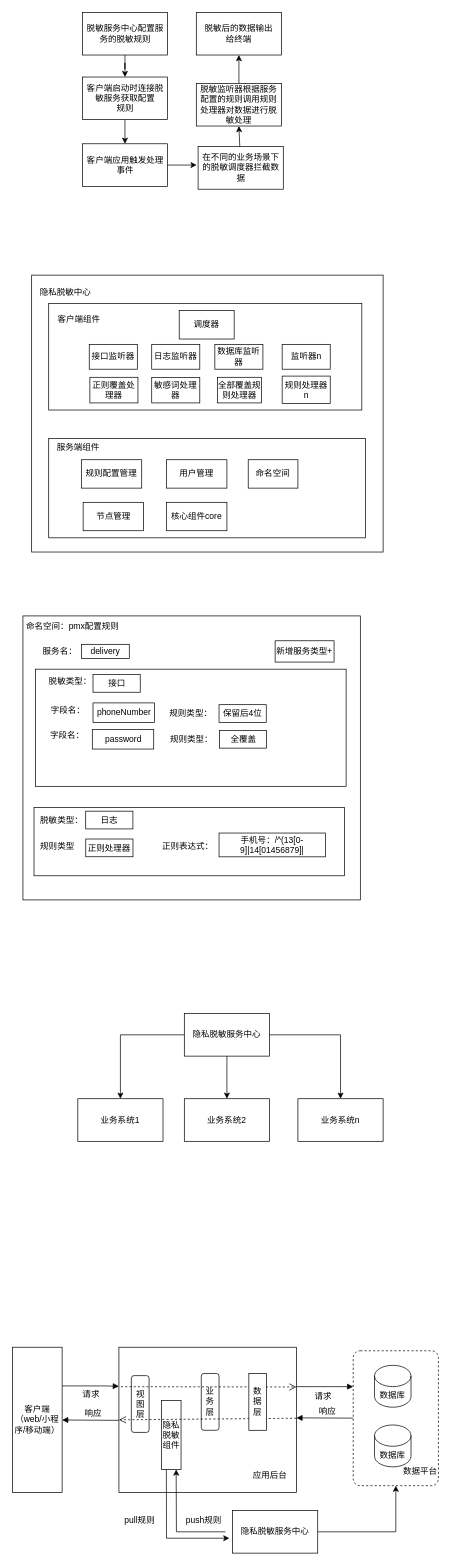
chordcreater/chordcreater.github.io keeps this draw.io diagram as Untitled Diagram.drawio. Above is the earlier version. Source tidied: cells renumbered, new cells numbered last; positions are measured from the earlier drawing's top-left corner, leaving out a move shared by most shapes. Both pictures are drawn from the tidied source at 71%, with x=0, y=0 at pixel (12, 12).
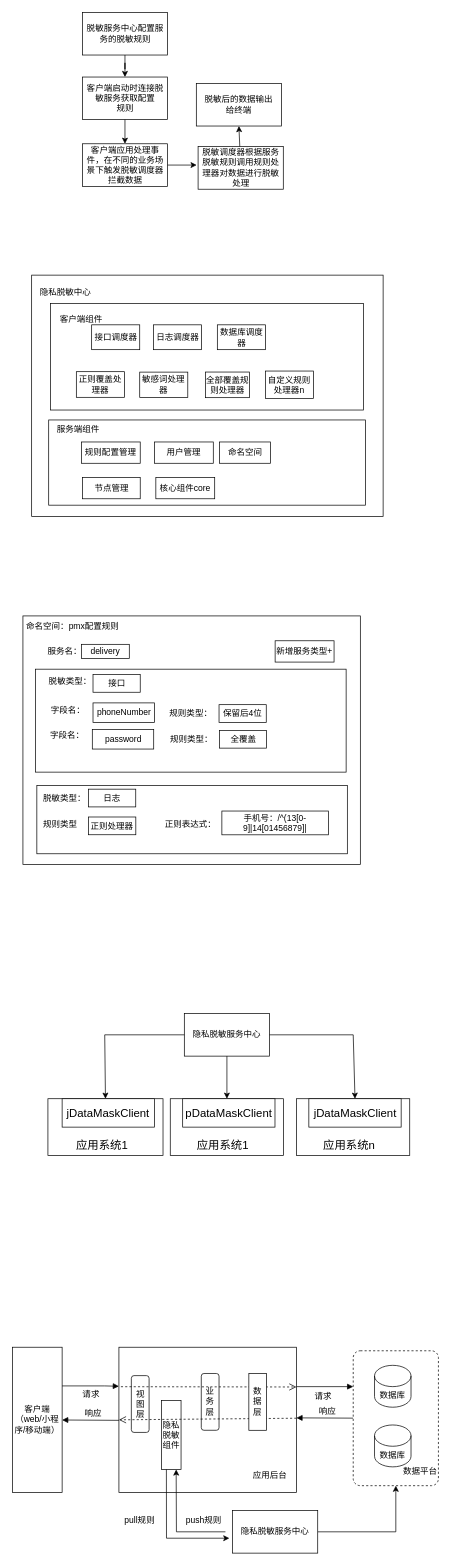
Above is the later version.

Unchanged cells that the change refers to:
```xml
<mxCell id="34" value="隐私脱敏服务中心" style="rounded=0;whiteSpace=wrap;html=1;strokeColor=default;fontFamily=Helvetica;fontSize=12;fontColor=default;fillColor=default;" parent="1" vertex="1">
  <mxGeometry x="242.1" y="1410" width="120" height="60" as="geometry" />
</mxCell>
```

What changed in the source:
```diff
@@
     <mxCell id="5" style="rounded=0;whiteSpace=wrap;html=1;" parent="1" vertex="1">
-      <mxGeometry x="27.1" y="370" width="495" height="390" as="geometry" />
+      <mxGeometry x="27.1" y="370" width="495" height="340" as="geometry" />
     </mxCell>
@@
-    <mxCell id="8" value="客户端应用触发处理事件" style="rounded=0;whiteSpace=wrap;html=1;" parent="1" vertex="1">
+    <mxCell id="8" value="客户端应用处理事件，在不同的业务场景下触发脱敏调度器拦截数据" style="rounded=0;whiteSpace=wrap;html=1;" parent="1" vertex="1">
       <mxGeometry x="98.5" y="185" width="120" height="60" as="geometry" />
     </mxCell>
-    <mxCell id="9" value="在不同的业务场景下的脱敏调度器拦截数据" style="rounded=0;whiteSpace=wrap;html=1;" parent="1" vertex="1">
+    <mxCell id="9" value="脱敏调度器根据服务脱敏规则调用规则处理器对数据进行脱敏处理" style="rounded=0;whiteSpace=wrap;html=1;" parent="1" vertex="1">
       <mxGeometry x="261.5" y="189" width="120" height="60" as="geometry" />
     </mxCell>
-    <mxCell id="10" value="脱敏监听器根据服务配置的规则调用规则处理器对数据进行脱敏处理" style="rounded=0;whiteSpace=wrap;html=1;" parent="1" vertex="1">
+    <mxCell id="10" value="脱敏后的数据输出&lt;br style=&quot;border-color: var(--border-color);&quot;&gt;给终端" style="rounded=0;whiteSpace=wrap;html=1;" parent="1" vertex="1">
       <mxGeometry x="259" y="100" width="120" height="60" as="geometry" />
     </mxCell>
@@
     <mxCell id="12" style="rounded=0;whiteSpace=wrap;html=1;" parent="1" vertex="1">
-      <mxGeometry x="51.1" y="600" width="446" height="140" as="geometry" />
+      <mxGeometry x="51.1" y="574" width="446" height="120" as="geometry" />
     </mxCell>
     <mxCell id="13" value="服务端组件" style="text;html=1;strokeColor=none;fillColor=none;align=center;verticalAlign=middle;whiteSpace=wrap;rounded=0;" parent="1" vertex="1">
-      <mxGeometry x="47.7" y="580" width="90" height="65" as="geometry" />
+      <mxGeometry x="47.7" y="555" width="90" height="65" as="geometry" />
     </mxCell>
     <mxCell id="14" style="group;" parent="1" vertex="1">
-      <mxGeometry x="51.1" y="420" width="441" height="150" as="geometry" />
+      <mxGeometry x="53.6" y="420" width="441" height="150" as="geometry" />
     </mxCell>
@@
     <mxCell id="17" value="全部覆盖规则处理器" style="rounded=0;whiteSpace=wrap;html=1;" parent="14" vertex="1">
-      <mxGeometry x="237.9" y="93.9" width="61.9" height="36.1" as="geometry" />
+      <mxGeometry x="218.4" y="86.5" width="61.9" height="36.1" as="geometry" />
     </mxCell>
     <mxCell id="18" value="敏感词处理器" style="rounded=0;whiteSpace=wrap;html=1;" parent="14" vertex="1">
-      <mxGeometry x="145.1" y="94.3" width="67.7" height="35.7" as="geometry" />
+      <mxGeometry x="125.7" y="86.6" width="67.7" height="35.7" as="geometry" />
     </mxCell>
-    <mxCell id="19" value="规则处理器n" style="rounded=0;whiteSpace=wrap;html=1;" parent="14" vertex="1">
-      <mxGeometry x="328.8" y="92.2" width="67.7" height="38.8" as="geometry" />
+    <mxCell id="19" value="自定义规则处理器n" style="rounded=0;whiteSpace=wrap;html=1;" parent="14" vertex="1">
+      <mxGeometry x="302.7" y="85.1" width="67.7" height="38.8" as="geometry" />
     </mxCell>
-    <mxCell id="20" value="调度器" style="rounded=0;whiteSpace=wrap;html=1;" parent="14" vertex="1">
-      <mxGeometry x="183.8" width="77.4" height="40" as="geometry" />
-    </mxCell>
     <mxCell id="21" value="正则覆盖处理器" style="rounded=0;whiteSpace=wrap;html=1;" parent="14" vertex="1">
-      <mxGeometry x="58" y="93.9" width="67.7" height="36.1" as="geometry" />
+      <mxGeometry x="36.4" y="86" width="67.7" height="36.1" as="geometry" />
     </mxCell>
-    <mxCell id="22" value="接口监听器" style="rounded=0;whiteSpace=wrap;html=1;" parent="14" vertex="1">
-      <mxGeometry x="57.1" y="47.5" width="67.7" height="35" as="geometry" />
+    <mxCell id="22" value="接口调度器" style="rounded=0;whiteSpace=wrap;html=1;" parent="14" vertex="1">
+      <mxGeometry x="58" y="20" width="67.7" height="35" as="geometry" />
     </mxCell>
-    <mxCell id="23" value="日志监听器" style="rounded=0;whiteSpace=wrap;html=1;" parent="14" vertex="1">
-      <mxGeometry x="145.1" y="47.5" width="67.7" height="35" as="geometry" />
+    <mxCell id="23" value="日志调度器" style="rounded=0;whiteSpace=wrap;html=1;" parent="14" vertex="1">
+      <mxGeometry x="145.1" y="20" width="67.7" height="35" as="geometry" />
     </mxCell>
-    <mxCell id="24" value="数据库监听器" style="rounded=0;whiteSpace=wrap;html=1;" parent="14" vertex="1">
-      <mxGeometry x="234" y="47.5" width="67.7" height="35" as="geometry" />
+    <mxCell id="24" value="数据库调度器" style="rounded=0;whiteSpace=wrap;html=1;" parent="14" vertex="1">
+      <mxGeometry x="235" y="20" width="67.7" height="35" as="geometry" />
     </mxCell>
-    <mxCell id="25" value="监听器n" style="rounded=0;whiteSpace=wrap;html=1;" parent="14" vertex="1">
-      <mxGeometry x="328.8" y="47.5" width="67.7" height="35" as="geometry" />
-    </mxCell>
     <mxCell id="26" value="规则配置管理" style="rounded=0;whiteSpace=wrap;html=1;" parent="1" vertex="1">
-      <mxGeometry x="97.1" y="630" width="85" height="40" as="geometry" />
+      <mxGeometry x="97.1" y="605" width="82.9" height="30" as="geometry" />
     </mxCell>
     <mxCell id="27" value="用户管理" style="rounded=0;whiteSpace=wrap;html=1;" parent="1" vertex="1">
-      <mxGeometry x="217.1" y="630" width="85" height="40" as="geometry" />
+      <mxGeometry x="200" y="605" width="82.9" height="30" as="geometry" />
     </mxCell>
     <mxCell id="28" value="命名空间" style="rounded=0;whiteSpace=wrap;html=1;" parent="1" vertex="1">
-      <mxGeometry x="332.1" y="630" width="70" height="40" as="geometry" />
+      <mxGeometry x="291.5" y="605" width="72" height="30" as="geometry" />
     </mxCell>
@@
     <mxCell id="30" value="核心组件core" style="rounded=0;whiteSpace=wrap;html=1;" parent="1" vertex="1">
-      <mxGeometry x="217.1" y="690" width="85" height="40" as="geometry" />
+      <mxGeometry x="202" y="655" width="82.9" height="30" as="geometry" />
     </mxCell>
     <mxCell id="31" value="节点管理" style="rounded=0;whiteSpace=wrap;html=1;" parent="1" vertex="1">
-      <mxGeometry x="99.6" y="690" width="85" height="40" as="geometry" />
+      <mxGeometry x="98.5" y="655" width="81.5" height="30" as="geometry" />
     </mxCell>
@@
-    <mxCell id="35" value="业务系统1" style="rounded=0;whiteSpace=wrap;html=1;strokeColor=default;fontFamily=Helvetica;fontSize=12;fontColor=default;fillColor=default;" parent="1" vertex="1">
-      <mxGeometry x="92.1" y="1530" width="120" height="60" as="geometry" />
+    <mxCell id="35" style="rounded=0;whiteSpace=wrap;html=1;strokeColor=default;fontFamily=Helvetica;fontSize=12;fontColor=default;fillColor=default;" parent="1" vertex="1">
+      <mxGeometry x="50" y="1530" width="162.1" height="80" as="geometry" />
     </mxCell>
-    <mxCell id="36" value="业务系统2" style="rounded=0;whiteSpace=wrap;html=1;strokeColor=default;fontFamily=Helvetica;fontSize=12;fontColor=default;fillColor=default;" parent="1" vertex="1">
-      <mxGeometry x="242.1" y="1530" width="120" height="60" as="geometry" />
-    </mxCell>
-    <mxCell id="37" value="业务系统n" style="rounded=0;whiteSpace=wrap;html=1;strokeColor=default;fontFamily=Helvetica;fontSize=12;fontColor=default;fillColor=default;" parent="1" vertex="1">
-      <mxGeometry x="402.1" y="1530" width="120" height="60" as="geometry" />
-    </mxCell>
     <mxCell id="38" style="endArrow=classic;html=1;rounded=0;fontFamily=Helvetica;fontSize=12;fontColor=default;exitX=0;exitY=0.5;exitDx=0;exitDy=0;entryX=0.5;entryY=0;entryDx=0;entryDy=0;" parent="1" edge="1" source="34" target="35">
       <mxGeometry relative="1" as="geometry">
         <Array as="points">
-          <mxPoint x="152.1" y="1440" />
+          <mxPoint x="130" y="1440" />
         </Array>
       </mxGeometry>
     </mxCell>
@@
-    <mxCell id="40" style="endArrow=classic;html=1;rounded=0;fontFamily=Helvetica;fontSize=12;fontColor=default;exitX=0.5;exitY=1;exitDx=0;exitDy=0;entryX=0.5;entryY=0;entryDx=0;entryDy=0;" parent="1" edge="1" source="34" target="36">
-      <mxGeometry relative="1" as="geometry" />
+    <mxCell id="40" style="endArrow=classic;html=1;rounded=0;fontFamily=Helvetica;fontSize=12;fontColor=default;exitX=0.5;exitY=1;exitDx=0;exitDy=0;entryX=0.5;entryY=0;entryDx=0;entryDy=0;" parent="1" edge="1" source="34">
+      <mxGeometry relative="1" as="geometry">
+        <mxPoint x="302.1" y="1530" as="targetPoint" />
+      </mxGeometry>
     </mxCell>
@@
-    <mxCell id="42" style="endArrow=classic;html=1;rounded=0;fontFamily=Helvetica;fontSize=12;fontColor=default;exitX=1;exitY=0.5;exitDx=0;exitDy=0;entryX=0.5;entryY=0;entryDx=0;entryDy=0;" parent="1" edge="1" source="34" target="37">
+    <mxCell id="42" style="endArrow=classic;html=1;rounded=0;fontFamily=Helvetica;fontSize=12;fontColor=default;exitX=1;exitY=0.5;exitDx=0;exitDy=0;entryX=0.5;entryY=0;entryDx=0;entryDy=0;" parent="1" edge="1" source="34" target="98">
       <mxGeometry relative="1" as="geometry">
         <Array as="points">
-          <mxPoint x="462.1" y="1440" />
+          <mxPoint x="480" y="1440" />
         </Array>
       </mxGeometry>
     </mxCell>
@@
-    <mxCell id="65" value="脱敏后的数据输出&lt;br&gt;给终端" style="rounded=0;whiteSpace=wrap;html=1;" parent="1" vertex="1">
-      <mxGeometry x="259" width="120" height="60" as="geometry" />
-    </mxCell>
@@
-    <mxCell id="67" style="endArrow=classic;html=1;rounded=0;entryX=0.5;entryY=1;entryDx=0;entryDy=0;exitX=0.5;exitY=0;exitDx=0;exitDy=0;" parent="1" edge="1" source="10" target="65">
-      <mxGeometry relative="1" as="geometry" />
-    </mxCell>
     <mxCell id="68" style="rounded=0;whiteSpace=wrap;html=1;strokeColor=default;fontFamily=Helvetica;fontSize=12;fontColor=default;fillColor=default;" parent="1" vertex="1">
-      <mxGeometry x="14.8" y="850" width="475.2" height="400" as="geometry" />
+      <mxGeometry x="14.8" y="850" width="475.2" height="350" as="geometry" />
     </mxCell>
     <mxCell id="69" style="rounded=0;whiteSpace=wrap;html=1;strokeColor=default;fontFamily=Helvetica;fontSize=12;fontColor=default;fillColor=default;" parent="1" vertex="1">
-      <mxGeometry x="32.7" y="925" width="437.3" height="165" as="geometry" />
+      <mxGeometry x="32.7" y="925" width="437.3" height="145" as="geometry" />
     </mxCell>
@@
     <mxCell id="71" value="服务名：" style="text;html=1;strokeColor=none;fillColor=none;align=center;verticalAlign=middle;whiteSpace=wrap;rounded=0;fontSize=12;fontFamily=Helvetica;fontColor=default;" parent="1" vertex="1">
-      <mxGeometry x="37.1" y="885" width="60" height="30" as="geometry" />
+      <mxGeometry x="44.1" y="885" width="60" height="30" as="geometry" />
     </mxCell>
@@
     <mxCell id="74" style="rounded=0;whiteSpace=wrap;html=1;strokeColor=default;fontFamily=Helvetica;fontSize=12;fontColor=default;fillColor=default;" parent="1" vertex="1">
-      <mxGeometry x="30.4" y="1120" width="437.3" height="96" as="geometry" />
+      <mxGeometry x="34.4" y="1089" width="437.3" height="96" as="geometry" />
     </mxCell>
     <mxCell id="75" value="脱敏类型：" style="text;html=1;strokeColor=none;fillColor=none;align=center;verticalAlign=middle;whiteSpace=wrap;rounded=0;fontSize=12;fontFamily=Helvetica;fontColor=default;" parent="1" vertex="1">
-      <mxGeometry x="36.1" y="1122.5" width="67.1" height="30" as="geometry" />
+      <mxGeometry x="40.1" y="1091.5" width="67.1" height="30" as="geometry" />
     </mxCell>
     <mxCell id="76" value="日志" style="rounded=0;whiteSpace=wrap;html=1;strokeColor=default;fontFamily=Helvetica;fontSize=12;fontColor=default;fillColor=default;" parent="1" vertex="1">
-      <mxGeometry x="103.2" y="1125" width="66.5" height="25" as="geometry" />
+      <mxGeometry x="107.2" y="1094" width="66.5" height="25" as="geometry" />
     </mxCell>
@@
     <mxCell id="80" value="规则类型" style="text;html=1;strokeColor=none;fillColor=none;align=center;verticalAlign=middle;whiteSpace=wrap;rounded=0;fontSize=12;fontFamily=Helvetica;fontColor=default;" parent="1" vertex="1">
-      <mxGeometry x="30.1" y="1160" width="67.1" height="30" as="geometry" />
+      <mxGeometry x="34.1" y="1129" width="67.1" height="30" as="geometry" />
     </mxCell>
     <mxCell id="81" value="正则处理器" style="rounded=0;whiteSpace=wrap;html=1;strokeColor=default;fontFamily=Helvetica;fontSize=12;fontColor=default;fillColor=default;" parent="1" vertex="1">
-      <mxGeometry x="103.3" y="1164.2" width="66.5" height="25" as="geometry" />
+      <mxGeometry x="107.3" y="1133.2" width="66.5" height="25" as="geometry" />
     </mxCell>
     <mxCell id="82" value="正则表达式：" style="text;html=1;strokeColor=none;fillColor=none;align=center;verticalAlign=middle;whiteSpace=wrap;rounded=0;fontSize=12;fontFamily=Helvetica;fontColor=default;" parent="1" vertex="1">
-      <mxGeometry x="210" y="1160" width="73.9" height="30" as="geometry" />
+      <mxGeometry x="214" y="1129" width="73.9" height="30" as="geometry" />
     </mxCell>
@@
     <mxCell id="85" value="手机号：/^(13[0-9]|14[01456879]|" style="rounded=0;whiteSpace=wrap;html=1;strokeColor=default;fontFamily=Helvetica;fontSize=12;fontColor=default;fillColor=default;" parent="1" vertex="1">
-      <mxGeometry x="291" y="1155.8" width="150" height="33.5" as="geometry" />
+      <mxGeometry x="295" y="1124.8" width="150" height="33.5" as="geometry" />
     </mxCell>
@@
+    <mxCell id="91" value="应用系统1" style="text;html=1;strokeColor=none;fillColor=none;align=center;verticalAlign=middle;whiteSpace=wrap;rounded=0;fontSize=16;" parent="1" vertex="1">
+      <mxGeometry x="83.2" y="1580" width="86.5" height="30" as="geometry" />
+    </mxCell>
+    <mxCell id="92" value="jDataMaskClient" style="rounded=0;whiteSpace=wrap;html=1;fontSize=16;" parent="1" vertex="1">
+      <mxGeometry x="70" y="1530" width="130" height="40" as="geometry" />
+    </mxCell>
+    <mxCell id="93" style="rounded=0;whiteSpace=wrap;html=1;strokeColor=default;fontFamily=Helvetica;fontSize=12;fontColor=default;fillColor=default;" parent="1" vertex="1">
+      <mxGeometry x="222.3" y="1530" width="159.6" height="80" as="geometry" />
+    </mxCell>
+    <mxCell id="94" value="应用系统1" style="text;html=1;strokeColor=none;fillColor=none;align=center;verticalAlign=middle;whiteSpace=wrap;rounded=0;fontSize=16;" parent="1" vertex="1">
+      <mxGeometry x="253.1" y="1580" width="86.5" height="30" as="geometry" />
+    </mxCell>
+    <mxCell id="95" value="pDataMaskClient" style="rounded=0;whiteSpace=wrap;html=1;fontSize=16;" parent="1" vertex="1">
+      <mxGeometry x="239.8" y="1530" width="130" height="40" as="geometry" />
+    </mxCell>
+    <mxCell id="96" style="rounded=0;whiteSpace=wrap;html=1;strokeColor=default;fontFamily=Helvetica;fontSize=12;fontColor=default;fillColor=default;" parent="1" vertex="1">
+      <mxGeometry x="400" y="1530" width="159.6" height="80" as="geometry" />
+    </mxCell>
+    <mxCell id="97" value="应用系统n" style="text;html=1;strokeColor=none;fillColor=none;align=center;verticalAlign=middle;whiteSpace=wrap;rounded=0;fontSize=16;" parent="1" vertex="1">
+      <mxGeometry x="430.8" y="1580" width="86.5" height="30" as="geometry" />
+    </mxCell>
+    <mxCell id="98" value="jDataMaskClient" style="rounded=0;whiteSpace=wrap;html=1;fontSize=16;" parent="1" vertex="1">
+      <mxGeometry x="417.5" y="1530" width="130" height="40" as="geometry" />
+    </mxCell>
```
